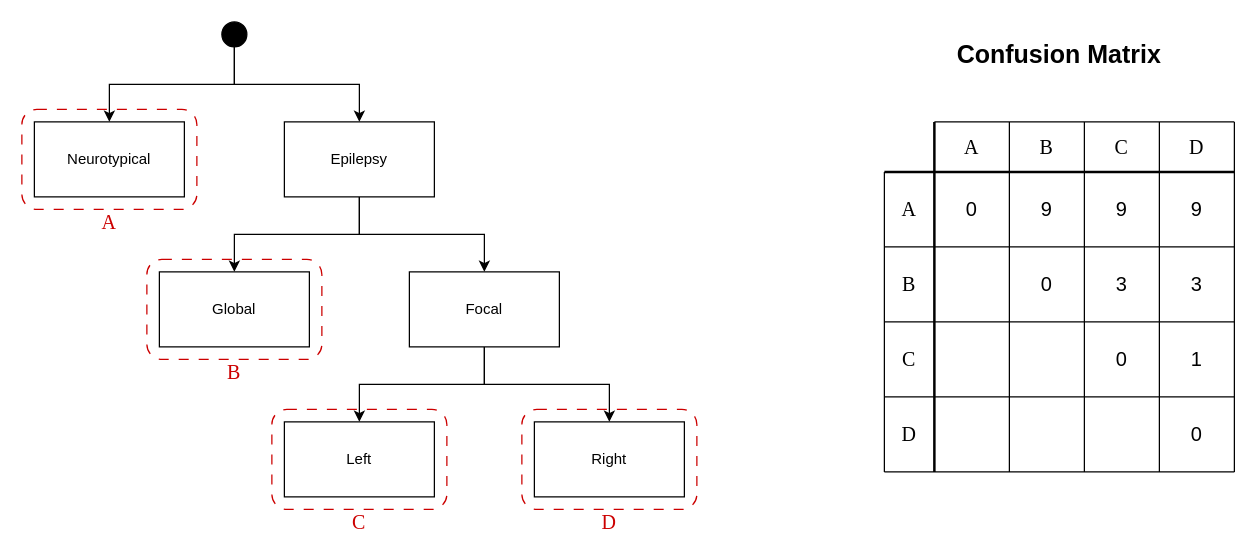
Oxford-Centre-for-Global-Epilepsy/AGENDA-Headset-Algorithm keeps this draw.io diagram as page "Hierachical Classification Proposal" (2 of 2) of ml_tflm/tflm_implementation.drawio. Above is the earlier version. Source tidied: cells renumbered, new cells numbered last; positions are measured from the earlier drawing's top-left corner, leaving out a move shared by most shapes. Both pictures are drawn from the tidied source at 125%, with x=0, y=0 at pixel (21, 21).
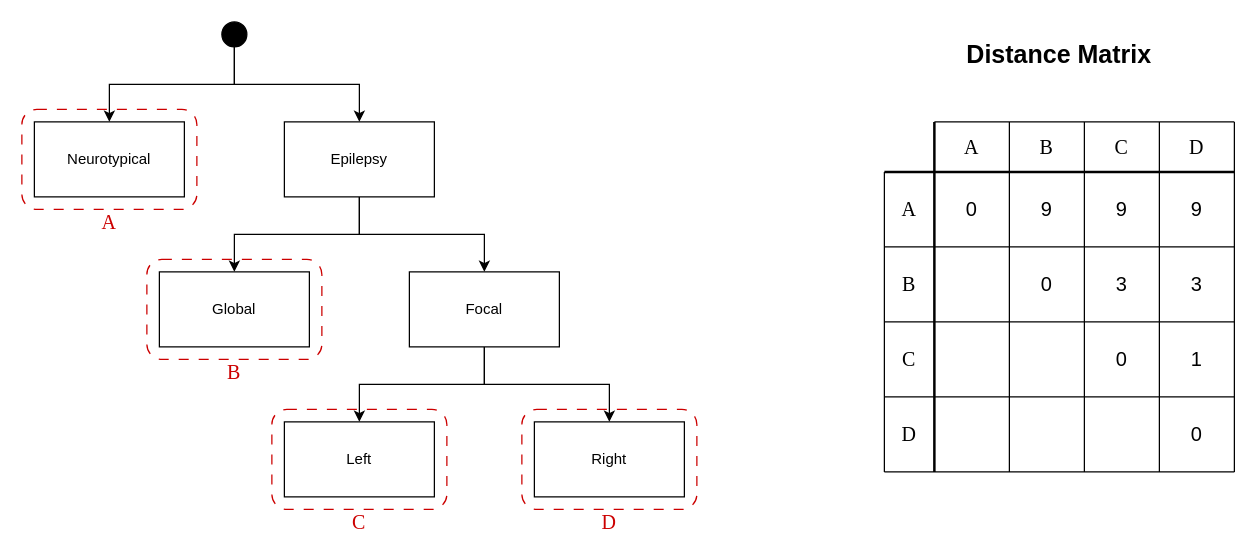
The same diagram, later.

The edit, as a diff of the source:
```diff
@@
-    <mxCell id="39" value="&lt;font style=&quot;font-size: 20px;&quot;&gt;&lt;b&gt;Confusion Matrix&lt;/b&gt;&lt;/font&gt;" style="text;html=1;align=center;verticalAlign=middle;whiteSpace=wrap;rounded=0;" parent="1" vertex="1">
+    <mxCell id="39" value="&lt;font style=&quot;font-size: 20px;&quot;&gt;&lt;b&gt;Distance Matrix&lt;/b&gt;&lt;/font&gt;" style="text;html=1;align=center;verticalAlign=middle;whiteSpace=wrap;rounded=0;" parent="1" vertex="1">
       <mxGeometry x="690" y="10" width="280" height="30" as="geometry" />
     </mxCell>
```
